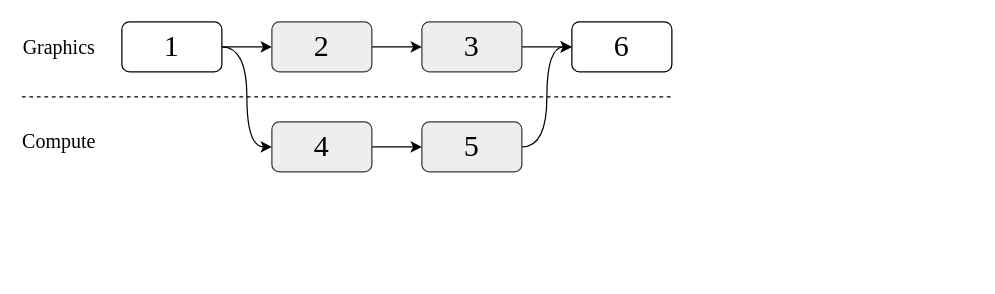
atyuwen/digram-cache keeps this draw.io diagram as fg-multiqueues.drawio. Above is the earlier version. Source tidied: cells renumbered, new cells numbered last; positions are measured from the earlier drawing's top-left corner, leaving out a move shared by most shapes. Both pictures are drawn from the tidied source at 125%, with x=0, y=0 at pixel (21, 21).
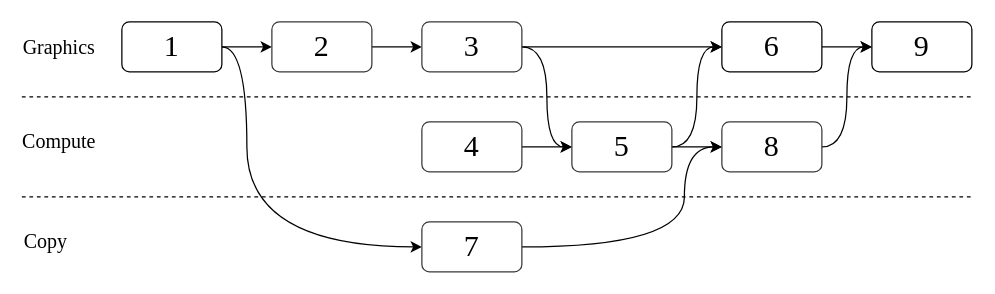
Above is the later version.

Unchanged cells that the change refers to:
```xml
<mxCell id="4" value="1" style="rounded=1;whiteSpace=wrap;html=1;fontFamily=Times New Roman;fontSize=24;" parent="1" vertex="1">
  <mxGeometry x="80" width="80" height="40" as="geometry" />
</mxCell>
```

What changed in the source:
```diff
@@
-    <mxCell id="3" style="edgeStyle=orthogonalEdgeStyle;rounded=0;jettySize=auto;html=1;exitX=1;exitY=0.5;exitDx=0;exitDy=0;entryX=0;entryY=0.5;entryDx=0;entryDy=0;curved=1;" parent="1" edge="1" source="4" target="11">
-      <mxGeometry relative="1" as="geometry" />
-    </mxCell>
+    <mxCell id="17" style="edgeStyle=orthogonalEdgeStyle;rounded=0;jettySize=auto;html=1;exitX=1;exitY=0.5;exitDx=0;exitDy=0;entryX=0;entryY=0.5;entryDx=0;entryDy=0;curved=1;" parent="1" edge="1" source="4" target="22">
+      <mxGeometry relative="1" as="geometry">
+        <Array as="points">
+          <mxPoint x="180" y="20" />
+          <mxPoint x="180" y="180" />
+        </Array>
+      </mxGeometry>
+    </mxCell>
@@
-    <mxCell id="6" value="2" style="rounded=1;whiteSpace=wrap;html=1;fontFamily=Times New Roman;fontSize=24;labelBackgroundColor=none;fillColor=#eeeeee;strokeColor=#36393d;" parent="1" vertex="1">
+    <mxCell id="6" value="2" style="rounded=1;whiteSpace=wrap;html=1;fontFamily=Times New Roman;fontSize=24;labelBackgroundColor=none;fillColor=none;strokeColor=#36393d;" parent="1" vertex="1">
       <mxGeometry x="200" width="80" height="40" as="geometry" />
     </mxCell>
@@
+    <mxCell id="18" style="edgeStyle=orthogonalEdgeStyle;rounded=0;jettySize=auto;html=1;exitX=1;exitY=0.5;exitDx=0;exitDy=0;entryX=0;entryY=0.5;entryDx=0;entryDy=0;curved=1;" parent="1" edge="1" source="8" target="13">
+      <mxGeometry relative="1" as="geometry" />
+    </mxCell>
-    <mxCell id="8" value="3" style="rounded=1;whiteSpace=wrap;html=1;fontFamily=Times New Roman;fontSize=24;fillColor=#eeeeee;strokeColor=#36393d;" parent="1" vertex="1">
+    <mxCell id="8" value="3" style="rounded=1;whiteSpace=wrap;html=1;fontFamily=Times New Roman;fontSize=24;fillColor=none;strokeColor=#36393d;" parent="1" vertex="1">
       <mxGeometry x="320" width="80" height="40" as="geometry" />
     </mxCell>
+    <mxCell id="19" style="edgeStyle=orthogonalEdgeStyle;rounded=0;jettySize=auto;html=1;" parent="1" edge="1" source="9" target="25">
+      <mxGeometry relative="1" as="geometry" />
+    </mxCell>
     <mxCell id="9" value="6" style="rounded=1;whiteSpace=wrap;html=1;fontFamily=Times New Roman;fontSize=24;" parent="1" vertex="1">
-      <mxGeometry x="440" width="80" height="40" as="geometry" />
+      <mxGeometry x="560" width="80" height="40" as="geometry" />
     </mxCell>
@@
-    <mxCell id="11" value="4" style="rounded=1;whiteSpace=wrap;html=1;fontFamily=Times New Roman;fontSize=24;fillColor=#eeeeee;strokeColor=#36393d;" parent="1" vertex="1">
-      <mxGeometry x="200" y="80" width="80" height="40" as="geometry" />
+    <mxCell id="11" value="4" style="rounded=1;whiteSpace=wrap;html=1;fontFamily=Times New Roman;fontSize=24;fillColor=none;strokeColor=#36393d;" parent="1" vertex="1">
+      <mxGeometry x="320" y="80" width="80" height="40" as="geometry" />
     </mxCell>
@@
+    <mxCell id="20" style="edgeStyle=orthogonalEdgeStyle;rounded=0;jettySize=auto;html=1;" parent="1" edge="1" source="13" target="27">
+      <mxGeometry relative="1" as="geometry" />
+    </mxCell>
-    <mxCell id="13" value="5" style="rounded=1;whiteSpace=wrap;html=1;fontFamily=Times New Roman;fontSize=24;fillColor=#eeeeee;strokeColor=#36393d;" parent="1" vertex="1">
-      <mxGeometry x="320" y="80" width="80" height="40" as="geometry" />
+    <mxCell id="13" value="5" style="rounded=1;whiteSpace=wrap;html=1;fontFamily=Times New Roman;fontSize=24;fillColor=none;strokeColor=#36393d;" parent="1" vertex="1">
+      <mxGeometry x="440" y="80" width="80" height="40" as="geometry" />
     </mxCell>
     <mxCell id="14" style="endArrow=none;dashed=1;html=1;rounded=0;" parent="1" edge="1">
       <mxGeometry relative="1" as="geometry">
         <mxPoint y="60" as="sourcePoint" />
-        <mxPoint x="520" y="60" as="targetPoint" />
+        <mxPoint x="760" y="60" as="targetPoint" />
       </mxGeometry>
     </mxCell>
@@
+    <mxCell id="21" style="edgeStyle=orthogonalEdgeStyle;rounded=0;jettySize=auto;html=1;entryX=0;entryY=0.5;entryDx=0;entryDy=0;curved=1;" parent="1" edge="1" source="22" target="27">
+      <mxGeometry relative="1" as="geometry">
+        <Array as="points">
+          <mxPoint x="530" y="180" />
+          <mxPoint x="530" y="100" />
+        </Array>
+      </mxGeometry>
+    </mxCell>
+    <mxCell id="22" value="7" style="rounded=1;whiteSpace=wrap;html=1;fontFamily=Times New Roman;fontSize=24;fillColor=none;strokeColor=#36393d;" parent="1" vertex="1">
+      <mxGeometry x="320" y="160" width="80" height="40" as="geometry" />
+    </mxCell>
+    <mxCell id="23" style="endArrow=none;dashed=1;html=1;rounded=0;" parent="1" edge="1">
+      <mxGeometry relative="1" as="geometry">
+        <mxPoint y="140" as="sourcePoint" />
+        <mxPoint x="760" y="140" as="targetPoint" />
+      </mxGeometry>
+    </mxCell>
+    <mxCell id="24" value="Copy" style="text;html=1;strokeColor=none;fillColor=none;align=left;verticalAlign=middle;whiteSpace=wrap;rounded=0;fontFamily=Times New Roman;fontSize=16;" parent="1" vertex="1">
+      <mxGeometry y="160" width="60" height="30" as="geometry" />
+    </mxCell>
+    <mxCell id="25" value="9" style="rounded=1;whiteSpace=wrap;html=1;fontFamily=Times New Roman;fontSize=24;" parent="1" vertex="1">
+      <mxGeometry x="680" width="80" height="40" as="geometry" />
+    </mxCell>
+    <mxCell id="26" style="edgeStyle=orthogonalEdgeStyle;rounded=0;jettySize=auto;html=1;entryX=0;entryY=0.5;entryDx=0;entryDy=0;curved=1;" parent="1" edge="1" source="27" target="25">
+      <mxGeometry relative="1" as="geometry" />
+    </mxCell>
+    <mxCell id="27" value="8" style="rounded=1;whiteSpace=wrap;html=1;fontFamily=Times New Roman;fontSize=24;fillColor=none;strokeColor=#36393d;" parent="1" vertex="1">
+      <mxGeometry x="560" y="80" width="80" height="40" as="geometry" />
+    </mxCell>
```
